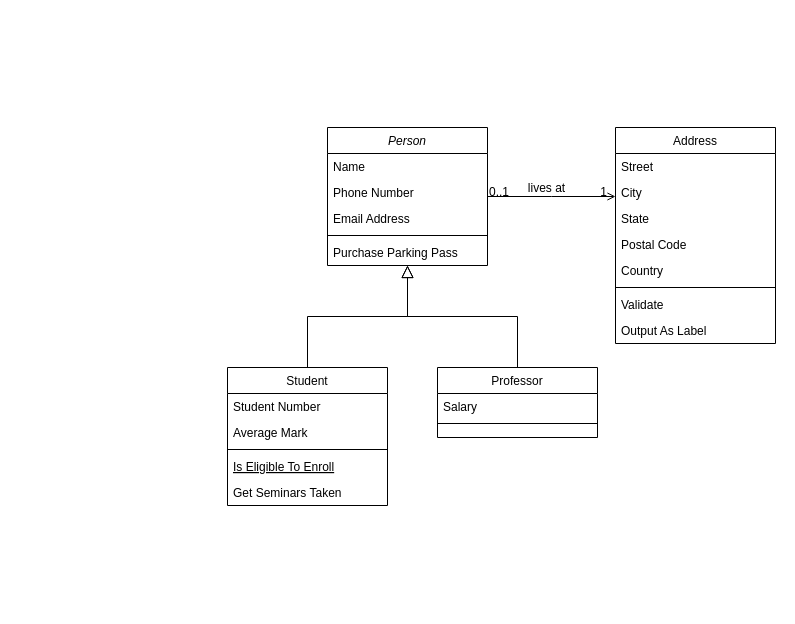
This is Klassendiagramm.drawio from MandyMINF/JavaAWT_Aufgabe2_ST, a draw.io file, before an edit. Source tidied: cells renumbered, new cells numbered last; positions are measured from the earlier drawing's top-left corner, leaving out a move shared by most shapes. Both pictures are drawn from the tidied source at 100%, with x=0, y=0 at pixel (227, 127).
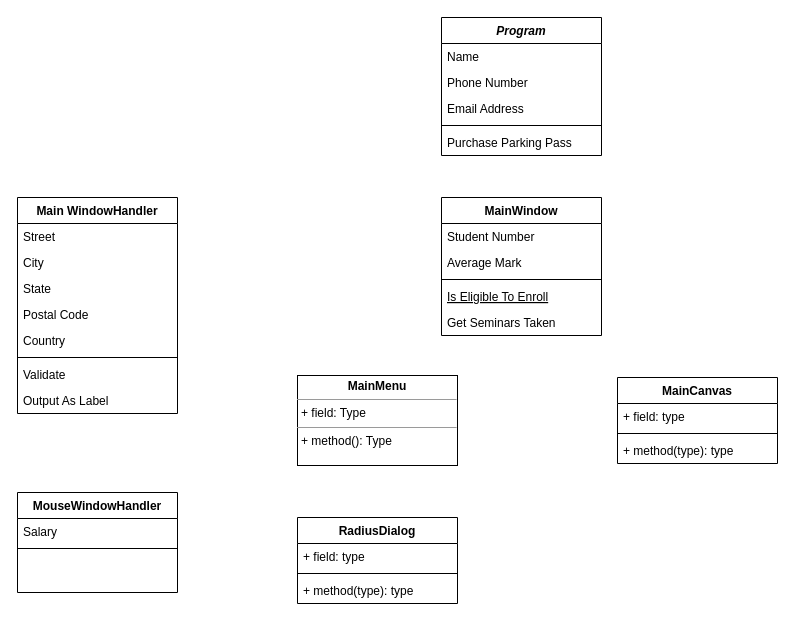
After the change.

The edit, as a diff of the source:
```diff
@@
-    <mxCell id="2" value="Person" style="swimlane;fontStyle=2;align=center;verticalAlign=top;horizontal=1;startSize=26;rounded=0;shadow=0;strokeWidth=1;" parent="1" vertex="1">
-      <mxGeometry x="100" width="160" height="138" as="geometry" />
+    <mxCell id="2" value="Program&#10;" style="swimlane;fontStyle=3;align=center;verticalAlign=top;horizontal=1;startSize=26;rounded=0;shadow=0;strokeWidth=1;" parent="1" vertex="1">
+      <mxGeometry x="214" y="-110" width="160" height="138" as="geometry" />
     </mxCell>
@@
-    <mxCell id="8" value="Student" style="swimlane;fontStyle=0;align=center;verticalAlign=top;horizontal=1;startSize=26;rounded=0;shadow=0;strokeWidth=1;" parent="1" vertex="1">
-      <mxGeometry y="240" width="160" height="138" as="geometry" />
+    <mxCell id="8" value="MainWindow" style="swimlane;fontStyle=1;align=center;verticalAlign=top;horizontal=1;startSize=26;rounded=0;shadow=0;strokeWidth=1;" parent="1" vertex="1">
+      <mxGeometry x="214" y="70" width="160" height="138" as="geometry" />
     </mxCell>
@@
-    <mxCell id="14" style="endArrow=block;endSize=10;endFill=0;shadow=0;strokeWidth=1;rounded=0;edgeStyle=elbowEdgeStyle;elbow=vertical;" parent="1" edge="1" source="8" target="2">
-      <mxGeometry relative="1" as="geometry" />
-    </mxCell>
-    <mxCell id="15" value="Professor" style="swimlane;fontStyle=0;align=center;verticalAlign=top;horizontal=1;startSize=26;rounded=0;shadow=0;strokeWidth=1;" parent="1" vertex="1">
-      <mxGeometry x="210" y="240" width="160" height="70" as="geometry" />
+    <mxCell id="15" value="MouseWindowHandler&#10;" style="swimlane;fontStyle=1;align=center;verticalAlign=top;horizontal=1;startSize=26;rounded=0;shadow=0;strokeWidth=1;" parent="1" vertex="1">
+      <mxGeometry x="-210" y="365" width="160" height="100" as="geometry" />
     </mxCell>
@@
-    <mxCell id="18" style="endArrow=block;endSize=10;endFill=0;shadow=0;strokeWidth=1;rounded=0;edgeStyle=elbowEdgeStyle;elbow=vertical;" parent="1" edge="1" source="15" target="2">
-      <mxGeometry relative="1" as="geometry" />
-    </mxCell>
-    <mxCell id="19" value="Address" style="swimlane;fontStyle=0;align=center;verticalAlign=top;horizontal=1;startSize=26;rounded=0;shadow=0;strokeWidth=1;" parent="1" vertex="1">
-      <mxGeometry x="388" width="160" height="216" as="geometry" />
+    <mxCell id="19" value="Main WindowHandler" style="swimlane;fontStyle=1;align=center;verticalAlign=top;horizontal=1;startSize=26;rounded=0;shadow=0;strokeWidth=1;" parent="1" vertex="1">
+      <mxGeometry x="-210" y="70" width="160" height="216" as="geometry" />
     </mxCell>
@@
-    <mxCell id="28" style="endArrow=open;shadow=0;strokeWidth=1;rounded=0;endFill=1;edgeStyle=elbowEdgeStyle;elbow=vertical;" parent="1" edge="1" source="2" target="19">
-      <mxGeometry x="0.5" y="41" relative="1" as="geometry">
-        <mxPoint x="-40" y="32" as="offset" />
-      </mxGeometry>
-    </mxCell>
-    <mxCell id="29" value="0..1" style="align=left;verticalAlign=bottom;labelBackgroundColor=none;fontSize=12;" parent="28" vertex="1">
-      <mxGeometry x="-1" relative="1" as="geometry">
-        <mxPoint y="4" as="offset" />
-      </mxGeometry>
-    </mxCell>
-    <mxCell id="30" value="1" style="align=right;verticalAlign=bottom;labelBackgroundColor=none;fontSize=12;" parent="28" vertex="1">
-      <mxGeometry x="1" relative="1" as="geometry">
-        <mxPoint x="-7" y="4" as="offset" />
-      </mxGeometry>
-    </mxCell>
-    <mxCell id="31" value="lives at" style="text;html=1;align=center;verticalAlign=middle;labelBackgroundColor=none;rounded=0;shadow=0;strokeWidth=1;fontSize=12;" parent="28" vertex="1">
-      <mxGeometry x="0.5" y="49" relative="1" as="geometry">
-        <mxPoint x="-38" y="40" as="offset" />
-      </mxGeometry>
-    </mxCell>
+    <mxCell id="32" value="MainCanvas" style="swimlane;fontStyle=1;align=center;verticalAlign=top;horizontal=1;startSize=26;" parent="1" vertex="1">
+      <mxGeometry x="390" y="250" width="160" height="86" as="geometry" />
+    </mxCell>
+    <mxCell id="33" value="+ field: type" style="text;strokeColor=none;fillColor=none;align=left;verticalAlign=top;spacingLeft=4;spacingRight=4;overflow=hidden;" parent="32" vertex="1">
+      <mxGeometry y="26" width="160" height="26" as="geometry" />
+    </mxCell>
+    <mxCell id="34" style="line;strokeWidth=1;fillColor=none;align=left;verticalAlign=middle;spacingTop=-1;spacingLeft=3;spacingRight=3;labelPosition=right;strokeColor=inherit;" parent="32" vertex="1">
+      <mxGeometry y="52" width="160" height="8" as="geometry" />
+    </mxCell>
+    <mxCell id="35" value="+ method(type): type" style="text;strokeColor=none;fillColor=none;align=left;verticalAlign=top;spacingLeft=4;spacingRight=4;overflow=hidden;" parent="32" vertex="1">
+      <mxGeometry y="60" width="160" height="26" as="geometry" />
+    </mxCell>
+    <mxCell id="36" value="&lt;p style=&quot;margin:0px;margin-top:4px;text-align:center;&quot;&gt;&lt;b&gt;MainMenu&lt;/b&gt;&lt;/p&gt;&lt;hr size=&quot;1&quot;&gt;&lt;p style=&quot;margin:0px;margin-left:4px;&quot;&gt;+ field: Type&lt;/p&gt;&lt;hr size=&quot;1&quot;&gt;&lt;p style=&quot;margin:0px;margin-left:4px;&quot;&gt;+ method(): Type&lt;/p&gt;" style="verticalAlign=top;align=left;overflow=fill;fontSize=12;fontFamily=Helvetica;html=1;" parent="1" vertex="1">
+      <mxGeometry x="70" y="248" width="160" height="90" as="geometry" />
+    </mxCell>
+    <mxCell id="37" value="RadiusDialog" style="swimlane;fontStyle=1;align=center;verticalAlign=top;horizontal=1;startSize=26;" parent="1" vertex="1">
+      <mxGeometry x="70" y="390" width="160" height="86" as="geometry" />
+    </mxCell>
+    <mxCell id="38" value="+ field: type" style="text;strokeColor=none;fillColor=none;align=left;verticalAlign=top;spacingLeft=4;spacingRight=4;overflow=hidden;" parent="37" vertex="1">
+      <mxGeometry y="26" width="160" height="26" as="geometry" />
+    </mxCell>
+    <mxCell id="39" style="line;strokeWidth=1;fillColor=none;align=left;verticalAlign=middle;spacingTop=-1;spacingLeft=3;spacingRight=3;labelPosition=right;strokeColor=inherit;" parent="37" vertex="1">
+      <mxGeometry y="52" width="160" height="8" as="geometry" />
+    </mxCell>
+    <mxCell id="40" value="+ method(type): type" style="text;strokeColor=none;fillColor=none;align=left;verticalAlign=top;spacingLeft=4;spacingRight=4;overflow=hidden;" parent="37" vertex="1">
+      <mxGeometry y="60" width="160" height="26" as="geometry" />
+    </mxCell>
```
